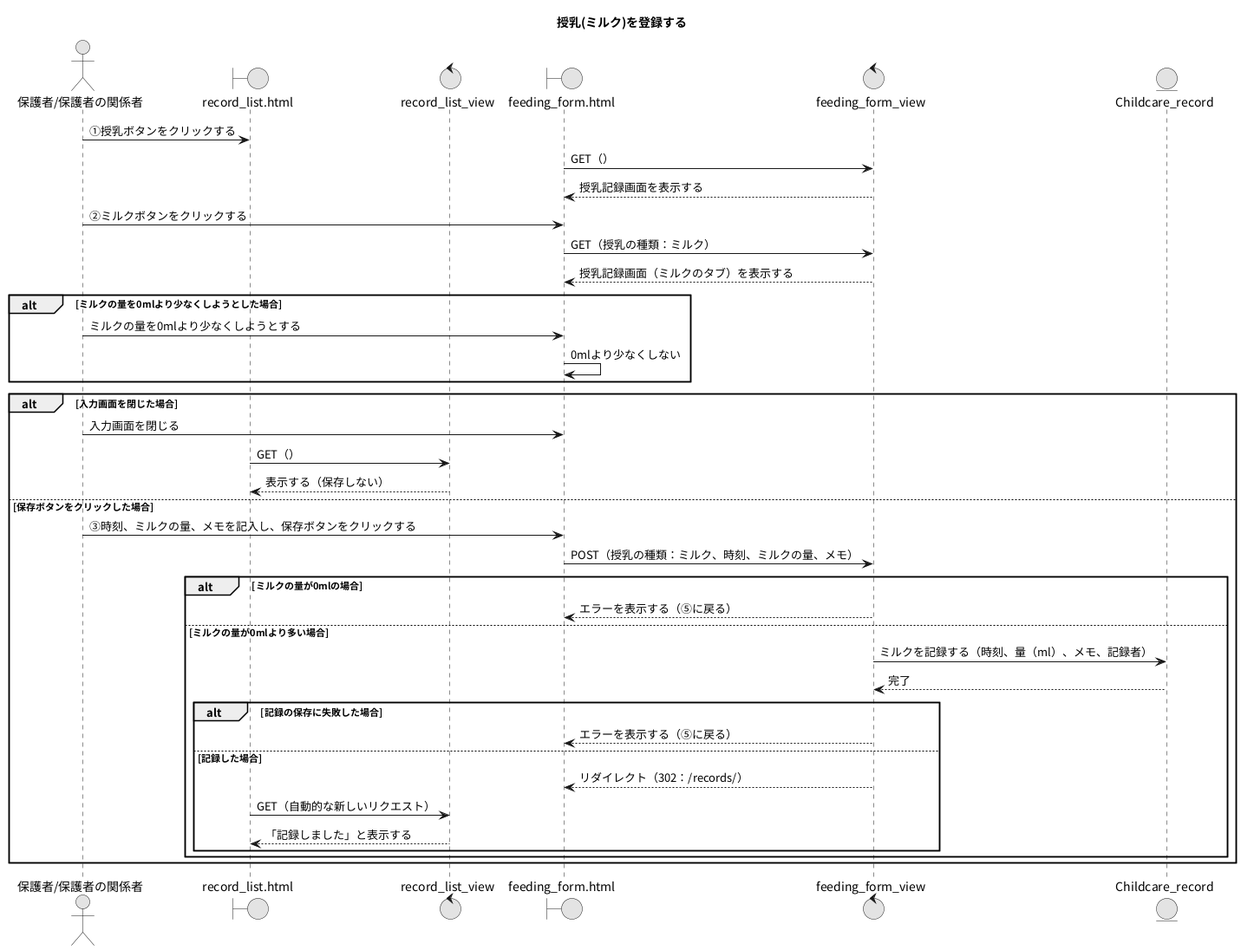
Earlier version of the PlantUML export PNG/26_授乳(ミルク)を登録する.png (Ma2naga190330/26_sotugyou_puml). The source it was exported from:
```plantuml
@startuml
title 授乳(ミルク)を登録する
skinparam defaultFontName "Noto Sans CJK JP"
skinparam monochrome true

actor "保護者/保護者の関係者" as A
boundary "record_list.html" as RLP
control "record_list_view" as RLV
boundary "feeding_form.html" as FFP
control "feeding_form_view" as FFV
entity "Childcare_record" as CRM

A -> RLP : ①授乳ボタンをクリックする
FFP -> FFV : GET（）
FFV --> FFP : 授乳記録画面を表示する

A -> FFP : ②ミルクボタンをクリックする
FFP -> FFV : GET（授乳の種類：ミルク）
FFV --> FFP : 授乳記録画面（ミルクのタブ）を表示する

alt ミルクの量を0mlより少なくしようとした場合
  A -> FFP : ミルクの量を0mlより少なくしようとする
  FFP -> FFP : 0mlより少なくしない
end

alt 入力画面を閉じた場合
  A -> FFP : 入力画面を閉じる
  RLP -> RLV : GET（）
  RLV --> RLP : 表示する（保存しない）
else 保存ボタンをクリックした場合
  A -> FFP : ③時刻、ミルクの量、メモを記入し、保存ボタンをクリックする
  FFP -> FFV : POST（授乳の種類：ミルク、時刻、ミルクの量、メモ）
    alt ミルクの量が0mlの場合
      FFV --> FFP : エラーを表示する（⑤に戻る）
    else ミルクの量が0mlより多い場合
      FFV -> CRM : ミルクを記録する（時刻、量（ml）、メモ、記録者）
      FFV <-- CRM : 完了
      alt 記録の保存に失敗した場合
        FFV --> FFP : エラーを表示する（⑤に戻る）
      else 記録した場合
        FFV --> FFP : リダイレクト（302：/records/）
        RLP -> RLV : GET（自動的な新しいリクエスト）
        RLV --> RLP : 「記録しました」と表示する
      end
    end
end
@enduml
```
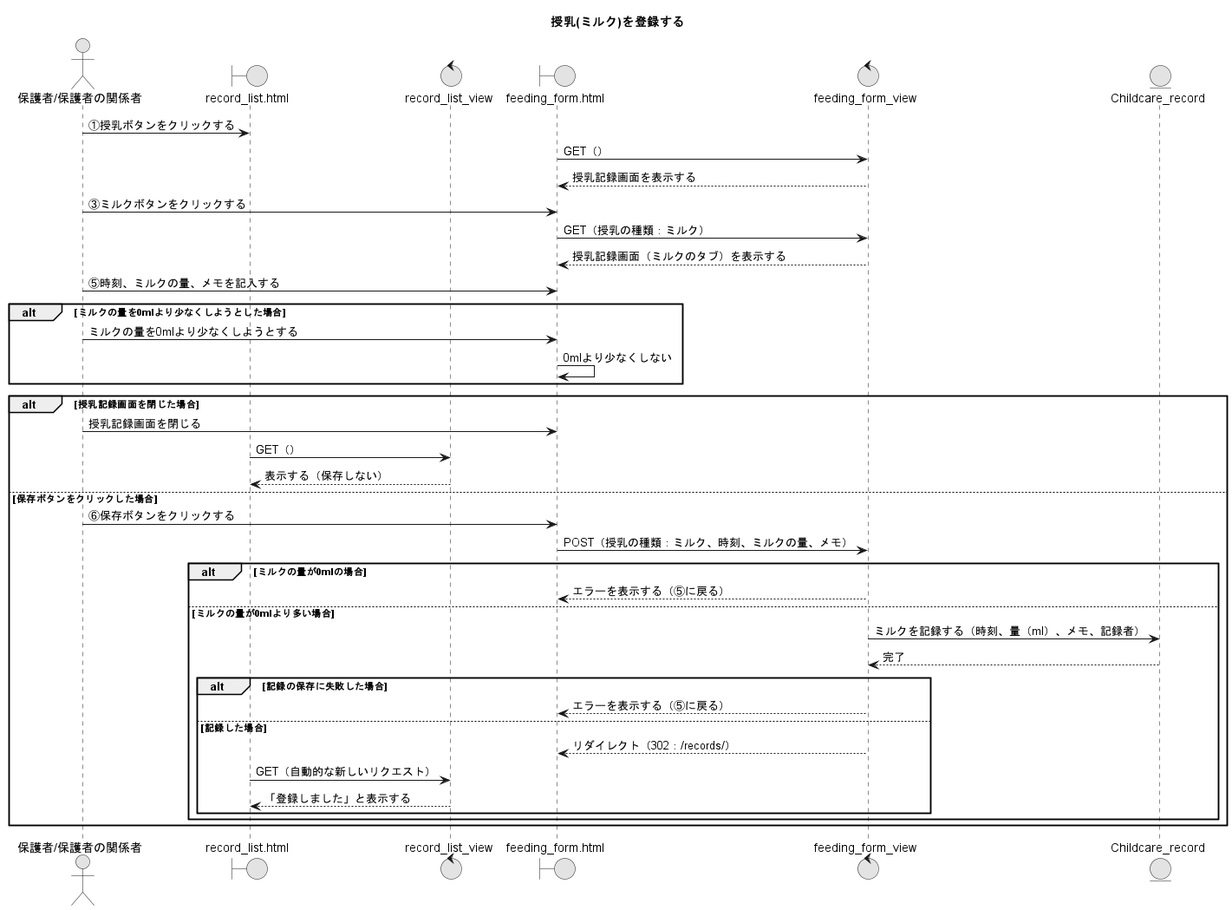
After the commit.

The edit, as a diff of the source:
```diff
@@ -14,34 +14,35 @@
 FFP -> FFV : GET（）
 FFV --> FFP : 授乳記録画面を表示する
 
-A -> FFP : ②ミルクボタンをクリックする
+A -> FFP : ③ミルクボタンをクリックする
 FFP -> FFV : GET（授乳の種類：ミルク）
 FFV --> FFP : 授乳記録画面（ミルクのタブ）を表示する
 
+A -> FFP : ⑤時刻、ミルクの量、メモを記入する
 alt ミルクの量を0mlより少なくしようとした場合
   A -> FFP : ミルクの量を0mlより少なくしようとする
   FFP -> FFP : 0mlより少なくしない
 end
 
-alt 入力画面を閉じた場合
-  A -> FFP : 入力画面を閉じる
+alt 授乳記録画面を閉じた場合
+  A -> FFP : 授乳記録画面を閉じる
   RLP -> RLV : GET（）
   RLV --> RLP : 表示する（保存しない）
 else 保存ボタンをクリックした場合
-  A -> FFP : ③時刻、ミルクの量、メモを記入し、保存ボタンをクリックする
+  A -> FFP : ⑥保存ボタンをクリックする
   FFP -> FFV : POST（授乳の種類：ミルク、時刻、ミルクの量、メモ）
-    alt ミルクの量が0mlの場合
+  alt ミルクの量が0mlの場合
+    FFV --> FFP : エラーを表示する（⑤に戻る）
+  else ミルクの量が0mlより多い場合
+    FFV -> CRM : ミルクを記録する（時刻、量（ml）、メモ、記録者）
+    FFV <-- CRM : 完了
+    alt 記録の保存に失敗した場合
       FFV --> FFP : エラーを表示する（⑤に戻る）
-    else ミルクの量が0mlより多い場合
-      FFV -> CRM : ミルクを記録する（時刻、量（ml）、メモ、記録者）
-      FFV <-- CRM : 完了
-      alt 記録の保存に失敗した場合
-        FFV --> FFP : エラーを表示する（⑤に戻る）
-      else 記録した場合
-        FFV --> FFP : リダイレクト（302：/records/）
-        RLP -> RLV : GET（自動的な新しいリクエスト）
-        RLV --> RLP : 「記録しました」と表示する
-      end
+    else 記録した場合
+      FFV --> FFP : リダイレクト（302：/records/）
+      RLP -> RLV : GET（自動的な新しいリクエスト）
+      RLV --> RLP : 「登録しました」と表示する
     end
+  end
 end
 @enduml
```
